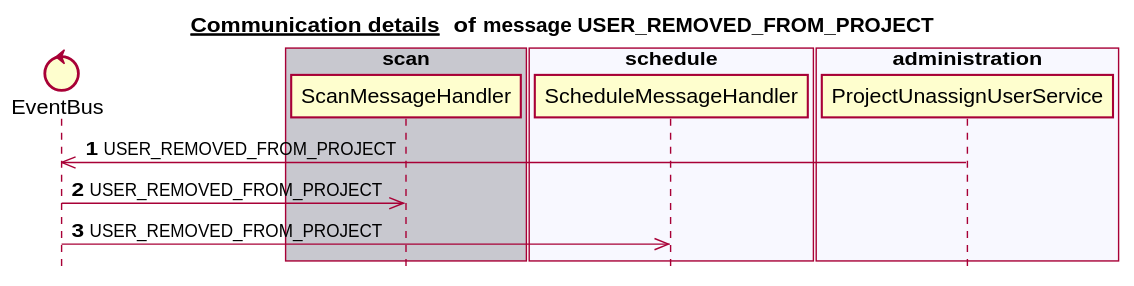
Earlier version of the PlantUML export docs/latest/images/gen_domain_messaging_user_removed_from_project.svg (mercedes-benz/sechub).
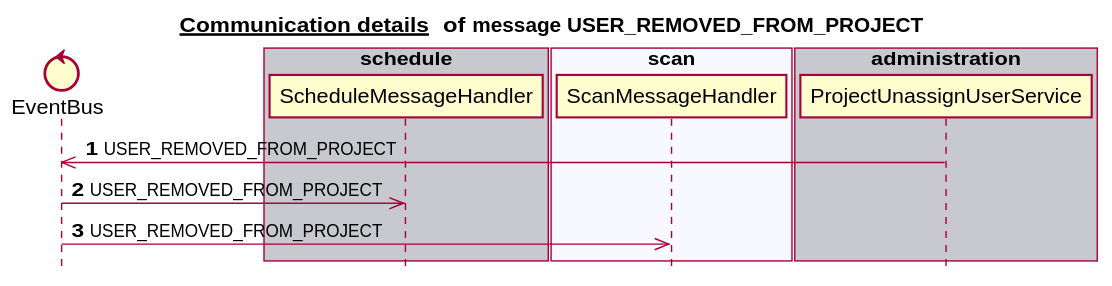
After the change.

Change to the diagram source:
```diff
@@ -6,23 +6,23 @@
 
 
 control EventBus
-box "scan" #C8C8CF
+box "schedule" #C8C8CF
+   participant ScheduleMessageHandler
+end box
+box "scan" #F8F8FF
    participant ScanMessageHandler
 end box
-box "schedule" #F8F8FF
-   participant ScheduleMessageHandler
+box "administration" #C8C8CF
+   participant ProjectUnassignUserService
+end box
+box "notification" #F8F8FF
 end box
 box "authorization" #C8C8CF
 end box
-box "administration" #F8F8FF
-   participant ProjectUnassignUserService
-end box
-box "notification" #C8C8CF
-end box
 autonumber 1
 ProjectUnassignUserService ->> EventBus:USER_REMOVED_FROM_PROJECT
+EventBus ->> ScheduleMessageHandler:USER_REMOVED_FROM_PROJECT
 EventBus ->> ScanMessageHandler:USER_REMOVED_FROM_PROJECT
-EventBus ->> ScheduleMessageHandler:USER_REMOVED_FROM_PROJECT
 autonumber stop
 
 
```
